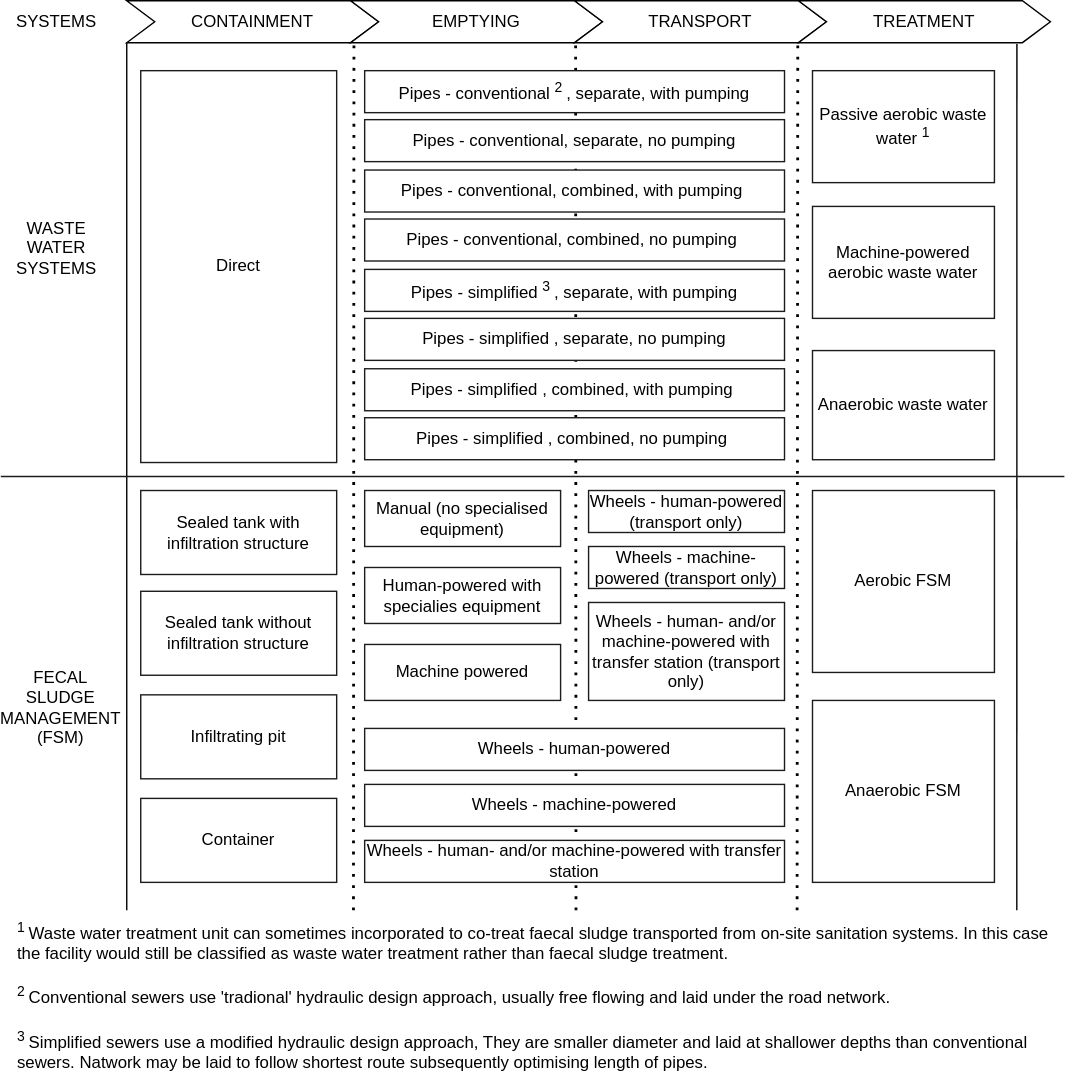
JinIgarashi/cactus-narok-figures keeps this draw.io diagram as FigureS-1 cactus-components.drawio.svg. Above is the earlier version. Source tidied: cells renumbered, new cells last; positions are measured from the earlier drawing's top-left corner, leaving out a move shared by most shapes. Source of this version:
```xml
<mxGraphModel background="#FFFFFF">
  <root>
    <mxCell id="0" />
    <mxCell id="1" parent="0" />
    <mxCell id="2" style="endArrow=none;dashed=1;html=1;dashPattern=1 3;strokeWidth=2;entryX=0.886;entryY=0.984;entryDx=0;entryDy=0;entryPerimeter=0;strokeColor=#000000;" parent="1" edge="1" target="7">
      <mxGeometry relative="1" as="geometry">
        <mxPoint x="569" y="650" as="sourcePoint" />
      </mxGeometry>
    </mxCell>
    <mxCell id="3" style="endArrow=none;dashed=1;html=1;dashPattern=1 3;strokeWidth=2;entryX=0.893;entryY=1.063;entryDx=0;entryDy=0;entryPerimeter=0;strokeColor=#000000;" parent="1" edge="1" target="6">
      <mxGeometry relative="1" as="geometry">
        <mxPoint x="411" y="650" as="sourcePoint" />
      </mxGeometry>
    </mxCell>
    <mxCell id="4" style="endArrow=none;dashed=1;html=1;dashPattern=1 3;strokeWidth=2;entryX=0.013;entryY=1.017;entryDx=0;entryDy=0;entryPerimeter=0;strokeColor=#000000;" parent="1" edge="1" target="6">
      <mxGeometry relative="1" as="geometry">
        <mxPoint x="252" y="650" as="sourcePoint" />
      </mxGeometry>
    </mxCell>
    <mxCell id="5" value="&lt;font color=&quot;#000000&quot;&gt;CONTAINMENT&lt;/font&gt;" style="shape=step;perimeter=stepPerimeter;whiteSpace=wrap;html=1;fixedSize=1;fillColor=#FFFFFF;strokeColor=#000000;" parent="1" vertex="1">
      <mxGeometry x="90" width="180" height="30" as="geometry" />
    </mxCell>
    <mxCell id="6" value="&lt;font color=&quot;#000000&quot;&gt;EMPTYING&lt;/font&gt;" style="shape=step;perimeter=stepPerimeter;whiteSpace=wrap;html=1;fixedSize=1;fillColor=#FFFFFF;strokeColor=#000000;" parent="1" vertex="1">
      <mxGeometry x="250" width="180" height="30" as="geometry" />
    </mxCell>
    <mxCell id="7" value="&lt;font color=&quot;#000000&quot;&gt;TRANSPORT&lt;/font&gt;" style="shape=step;perimeter=stepPerimeter;whiteSpace=wrap;html=1;fixedSize=1;fillColor=#FFFFFF;strokeColor=#000000;" parent="1" vertex="1">
      <mxGeometry x="410" width="180" height="30" as="geometry" />
    </mxCell>
    <mxCell id="8" value="&lt;font color=&quot;#000000&quot;&gt;TREATMENT&lt;/font&gt;" style="shape=step;perimeter=stepPerimeter;whiteSpace=wrap;html=1;fixedSize=1;fillColor=#FFFFFF;strokeColor=#000000;" parent="1" vertex="1">
      <mxGeometry x="570" width="180" height="30" as="geometry" />
    </mxCell>
    <mxCell id="9" style="endArrow=none;html=1;entryX=0.867;entryY=1.033;entryDx=0;entryDy=0;entryPerimeter=0;strokeColor=#000000;startArrow=none;" parent="1" edge="1" target="8">
      <mxGeometry relative="1" as="geometry">
        <mxPoint x="726" y="650" as="sourcePoint" />
      </mxGeometry>
    </mxCell>
    <mxCell id="10" style="endArrow=none;html=1;strokeColor=#000000;" parent="1" edge="1">
      <mxGeometry relative="1" as="geometry">
        <mxPoint x="90" y="650" as="sourcePoint" />
        <mxPoint x="90" y="30" as="targetPoint" />
      </mxGeometry>
    </mxCell>
    <mxCell id="11" value="&lt;font color=&quot;#000000&quot;&gt;WASTE&lt;br&gt;WATER&lt;br&gt;SYSTEMS&amp;nbsp;&lt;/font&gt;" style="text;html=1;strokeColor=none;fillColor=none;align=center;verticalAlign=middle;whiteSpace=wrap;rounded=0;" parent="1" vertex="1">
      <mxGeometry x="10" y="162" width="60" height="30" as="geometry" />
    </mxCell>
    <mxCell id="12" value="&lt;font color=&quot;#000000&quot;&gt;FECAL&lt;br&gt;SLUDGE&lt;br&gt;MANAGEMENT&lt;br&gt;(FSM)&lt;/font&gt;" style="text;html=1;strokeColor=none;fillColor=none;align=center;verticalAlign=middle;whiteSpace=wrap;rounded=0;" parent="1" vertex="1">
      <mxGeometry x="13" y="490" width="60" height="30" as="geometry" />
    </mxCell>
    <mxCell id="13" value="&lt;font color=&quot;#000000&quot;&gt;SYSTEMS&lt;/font&gt;" style="text;html=1;strokeColor=none;fillColor=none;align=center;verticalAlign=middle;whiteSpace=wrap;rounded=0;" parent="1" vertex="1">
      <mxGeometry x="10" width="60" height="30" as="geometry" />
    </mxCell>
    <mxCell id="14" value="&lt;font color=&quot;#000000&quot;&gt;Direct&lt;/font&gt;" style="rounded=0;whiteSpace=wrap;html=1;fillColor=#FFFFFF;strokeColor=#1c1c1c;" parent="1" vertex="1">
      <mxGeometry x="100" y="50" width="140" height="280" as="geometry" />
    </mxCell>
    <mxCell id="15" value="&lt;font color=&quot;#000000&quot;&gt;Pipes - conventional&amp;nbsp;&lt;sup&gt;2&lt;/sup&gt;, separate, with pumping&lt;/font&gt;" style="rounded=0;whiteSpace=wrap;html=1;fillColor=#FFFFFF;strokeColor=#1c1c1c;" parent="1" vertex="1">
      <mxGeometry x="260" y="50" width="300" height="30" as="geometry" />
    </mxCell>
    <mxCell id="16" value="&lt;font color=&quot;#000000&quot;&gt;Pipes - conventional, separate, no pumping&lt;/font&gt;" style="rounded=0;whiteSpace=wrap;html=1;fillColor=#FFFFFF;strokeColor=#1c1c1c;" parent="1" vertex="1">
      <mxGeometry x="260" y="85" width="300" height="30" as="geometry" />
    </mxCell>
    <mxCell id="17" value="&lt;font color=&quot;#000000&quot;&gt;Pipes - conventional, combined, with pumping&lt;/font&gt;&lt;span style=&quot;color: rgba(0, 0, 0, 0); font-family: monospace; font-size: 0px; text-align: start;&quot;&gt;%3CmxGraphModel%3E%3Croot%3E%3CmxCell%20id%3D%220%22%2F%3E%3CmxCell%20id%3D%221%22%20parent%3D%220%22%2F%3E%3CmxCell%20id%3D%222%22%20value%3D%22%26lt%3Bfont%20color%3D%26quot%3B%23000000%26quot%3B%26gt%3BPipes%20-%20conventional%2C%20separate%2C%20no%20pumping%26lt%3B%2Ffont%26gt%3B%22%20style%3D%22rounded%3D0%3BwhiteSpace%3Dwrap%3Bhtml%3D1%3BfillColor%3D%23FFFFFF%3BstrokeColor%3D%231c1c1c%3B%22%20vertex%3D%221%22%20parent%3D%221%22%3E%3CmxGeometry%20x%3D%22350%22%20y%3D%22205%22%20width%3D%22240%22%20height%3D%2230%22%20as%3D%22geometry%22%2F%3E%3C%2FmxCell%3E%3C%2Froot%3E%3C%2FmxGraphModel%3E&lt;/span&gt;" style="rounded=0;whiteSpace=wrap;html=1;fillColor=#FFFFFF;strokeColor=#1c1c1c;" parent="1" vertex="1">
      <mxGeometry x="260" y="121" width="300" height="30" as="geometry" />
    </mxCell>
    <mxCell id="18" value="&lt;font color=&quot;#000000&quot;&gt;Pipes - conventional, combined, no pumping&lt;/font&gt;&lt;span style=&quot;color: rgba(0, 0, 0, 0); font-family: monospace; font-size: 0px; text-align: start;&quot;&gt;%3CmxGraphModel%3E%3Croot%3E%3CmxCell%20id%3D%220%22%2F%3E%3CmxCell%20id%3D%221%22%20parent%3D%220%22%2F%3E%3CmxCell%20id%3D%222%22%20value%3D%22%26lt%3Bfont%20color%3D%26quot%3B%23000000%26quot%3B%26gt%3BPipes%20-%20conventional%2C%20separate%2C%20no%20pumping%26lt%3B%2Ffont%26gt%3B%22%20style%3D%22rounded%3D0%3BwhiteSpace%3Dwrap%3Bhtml%3D1%3BfillColor%3D%23FFFFFF%3BstrokeColor%3D%231c1c1c%3B%22%20vertex%3D%221%22%20parent%3D%221%22%3E%3CmxGeometry%20x%3D%22350%22%20y%3D%22205%22%20width%3D%22240%22%20height%3D%2230%22%20as%3D%22geometry%22%2F%3E%3C%2FmxCell%3E%3C%2Froot%3E%3C%2FmxGraphModel%3E&lt;/span&gt;" style="rounded=0;whiteSpace=wrap;html=1;fillColor=#FFFFFF;strokeColor=#1c1c1c;" parent="1" vertex="1">
      <mxGeometry x="260" y="156" width="300" height="30" as="geometry" />
    </mxCell>
    <mxCell id="19" value="&lt;font color=&quot;#000000&quot;&gt;Pipes - simplified &lt;sup&gt;3&lt;/sup&gt;, separate, with pumping&lt;/font&gt;" style="rounded=0;whiteSpace=wrap;html=1;fillColor=#FFFFFF;strokeColor=#1c1c1c;" parent="1" vertex="1">
      <mxGeometry x="260" y="192" width="300" height="30" as="geometry" />
    </mxCell>
    <mxCell id="20" value="&lt;font color=&quot;#000000&quot;&gt;Pipes -&amp;nbsp;&lt;/font&gt;&lt;span style=&quot;color: rgb(0, 0, 0);&quot;&gt;simplified&lt;/span&gt;&lt;font color=&quot;#000000&quot;&gt;, separate, no pumping&lt;/font&gt;" style="rounded=0;whiteSpace=wrap;html=1;fillColor=#FFFFFF;strokeColor=#1c1c1c;" parent="1" vertex="1">
      <mxGeometry x="260" y="227" width="300" height="30" as="geometry" />
    </mxCell>
    <mxCell id="21" value="&lt;font color=&quot;#000000&quot;&gt;Pipes -&amp;nbsp;&lt;/font&gt;&lt;span style=&quot;color: rgb(0, 0, 0);&quot;&gt;simplified&lt;/span&gt;&lt;font color=&quot;#000000&quot;&gt;, combined, with pumping&lt;/font&gt;&lt;span style=&quot;color: rgba(0, 0, 0, 0); font-family: monospace; font-size: 0px; text-align: start;&quot;&gt;%3CmxGraphModel%3E%3Croot%3E%3CmxCell%20id%3D%220%22%2F%3E%3CmxCell%20id%3D%221%22%20parent%3D%220%22%2F%3E%3CmxCell%20id%3D%222%22%20value%3D%22%26lt%3Bfont%20color%3D%26quot%3B%23000000%26quot%3B%26gt%3BPipes%20-%20conventional%2C%20separate%2C%20no%20pumping%26lt%3B%2Ffont%26gt%3B%22%20style%3D%22rounded%3D0%3BwhiteSpace%3Dwrap%3Bhtml%3D1%3BfillColor%3D%23FFFFFF%3BstrokeColor%3D%231c1c1c%3B%22%20vertex%3D%221%22%20parent%3D%221%22%3E%3CmxGeometry%20x%3D%22350%22%20y%3D%22205%22%20width%3D%22240%22%20height%3D%2230%22%20as%3D%22geometry%22%2F%3E%3C%2FmxCell%3E%3C%2Froot%3E%3C%2FmxGraphModel%3E&lt;/span&gt;" style="rounded=0;whiteSpace=wrap;html=1;fillColor=#FFFFFF;strokeColor=#1c1c1c;" parent="1" vertex="1">
      <mxGeometry x="260" y="263" width="300" height="30" as="geometry" />
    </mxCell>
    <mxCell id="22" value="&lt;font color=&quot;#000000&quot;&gt;Pipes -&amp;nbsp;&lt;/font&gt;&lt;span style=&quot;color: rgb(0, 0, 0);&quot;&gt;simplified&lt;/span&gt;&lt;font color=&quot;#000000&quot;&gt;, combined, no pumping&lt;/font&gt;&lt;span style=&quot;color: rgba(0, 0, 0, 0); font-family: monospace; font-size: 0px; text-align: start;&quot;&gt;%3CmxGraphModel%3E%3Croot%3E%3CmxCell%20id%3D%220%22%2F%3E%3CmxCell%20id%3D%221%22%20parent%3D%220%22%2F%3E%3CmxCell%20id%3D%222%22%20value%3D%22%26lt%3Bfont%20color%3D%26quot%3B%23000000%26quot%3B%26gt%3BPipes%20-%20conventional%2C%20separate%2C%20no%20pumping%26lt%3B%2Ffont%26gt%3B%22%20style%3D%22rounded%3D0%3BwhiteSpace%3Dwrap%3Bhtml%3D1%3BfillColor%3D%23FFFFFF%3BstrokeColor%3D%231c1c1c%3B%22%20vertex%3D%221%22%20parent%3D%221%22%3E%3CmxGeometry%20x%3D%22350%22%20y%3D%22205%22%20width%3D%22240%22%20height%3D%2230%22%20as%3D%22geometry%22%2F%3E%3C%2FmxCell%3E%3C%2Froot%3E%3C%2FmxGraphModel%3E&lt;/span&gt;" style="rounded=0;whiteSpace=wrap;html=1;fillColor=#FFFFFF;strokeColor=#1c1c1c;" parent="1" vertex="1">
      <mxGeometry x="260" y="298" width="300" height="30" as="geometry" />
    </mxCell>
    <mxCell id="23" value="&lt;font color=&quot;#000000&quot;&gt;Passive aerobic waste water &lt;sup&gt;1&lt;/sup&gt;&lt;/font&gt;" style="rounded=0;whiteSpace=wrap;html=1;fillColor=#FFFFFF;strokeColor=#1c1c1c;" parent="1" vertex="1">
      <mxGeometry x="580" y="50" width="130" height="80" as="geometry" />
    </mxCell>
    <mxCell id="24" value="&lt;font color=&quot;#000000&quot;&gt;Machine-powered aerobic waste water&lt;/font&gt;" style="rounded=0;whiteSpace=wrap;html=1;fillColor=#FFFFFF;strokeColor=#1c1c1c;" parent="1" vertex="1">
      <mxGeometry x="580" y="147" width="130" height="80" as="geometry" />
    </mxCell>
    <mxCell id="25" value="&lt;font color=&quot;#000000&quot;&gt;Anaerobic waste water&lt;/font&gt;" style="rounded=0;whiteSpace=wrap;html=1;fillColor=#FFFFFF;strokeColor=#1c1c1c;" parent="1" vertex="1">
      <mxGeometry x="580" y="250" width="130" height="78" as="geometry" />
    </mxCell>
    <mxCell id="26" style="endArrow=none;html=1;strokeColor=#1c1c1c;" parent="1" edge="1">
      <mxGeometry relative="1" as="geometry">
        <mxPoint y="340" as="sourcePoint" />
        <mxPoint x="760" y="340" as="targetPoint" />
      </mxGeometry>
    </mxCell>
    <mxCell id="27" value="&lt;font color=&quot;#000000&quot;&gt;Sealed tank with infiltration structure&lt;/font&gt;" style="rounded=0;whiteSpace=wrap;html=1;fillColor=#FFFFFF;strokeColor=#1c1c1c;" parent="1" vertex="1">
      <mxGeometry x="100" y="350" width="140" height="60" as="geometry" />
    </mxCell>
    <mxCell id="28" value="&lt;font color=&quot;#000000&quot;&gt;Sealed tank without infiltration structure&lt;/font&gt;" style="rounded=0;whiteSpace=wrap;html=1;fillColor=#FFFFFF;strokeColor=#1c1c1c;" parent="1" vertex="1">
      <mxGeometry x="100" y="422" width="140" height="60" as="geometry" />
    </mxCell>
    <mxCell id="29" value="&lt;font color=&quot;#000000&quot;&gt;Infiltrating pit&lt;/font&gt;" style="rounded=0;whiteSpace=wrap;html=1;fillColor=#FFFFFF;strokeColor=#1c1c1c;" parent="1" vertex="1">
      <mxGeometry x="100" y="496" width="140" height="60" as="geometry" />
    </mxCell>
    <mxCell id="30" value="&lt;font color=&quot;#000000&quot;&gt;Container&lt;/font&gt;" style="rounded=0;whiteSpace=wrap;html=1;fillColor=#FFFFFF;strokeColor=#1c1c1c;" parent="1" vertex="1">
      <mxGeometry x="100" y="570" width="140" height="60" as="geometry" />
    </mxCell>
    <mxCell id="31" value="&lt;font color=&quot;#000000&quot;&gt;Manual (no specialised equipment)&lt;/font&gt;" style="rounded=0;whiteSpace=wrap;html=1;fillColor=#FFFFFF;strokeColor=#1c1c1c;" parent="1" vertex="1">
      <mxGeometry x="260" y="350" width="140" height="40" as="geometry" />
    </mxCell>
    <mxCell id="32" value="&lt;font color=&quot;#000000&quot;&gt;Human-powered with specialies equipment&lt;/font&gt;" style="rounded=0;whiteSpace=wrap;html=1;fillColor=#FFFFFF;strokeColor=#1c1c1c;" parent="1" vertex="1">
      <mxGeometry x="260" y="405" width="140" height="40" as="geometry" />
    </mxCell>
    <mxCell id="33" value="&lt;font color=&quot;#000000&quot;&gt;Machine powered&lt;/font&gt;" style="rounded=0;whiteSpace=wrap;html=1;fillColor=#FFFFFF;strokeColor=#1c1c1c;" parent="1" vertex="1">
      <mxGeometry x="260" y="460" width="140" height="40" as="geometry" />
    </mxCell>
    <mxCell id="34" value="&lt;font color=&quot;#000000&quot;&gt;Wheels - human-powered (transport only)&lt;/font&gt;" style="rounded=0;whiteSpace=wrap;html=1;fillColor=#FFFFFF;strokeColor=#1c1c1c;" parent="1" vertex="1">
      <mxGeometry x="420" y="350" width="140" height="30" as="geometry" />
    </mxCell>
    <mxCell id="35" value="&lt;font color=&quot;#000000&quot;&gt;Wheels - machine-powered (transport only)&lt;/font&gt;" style="rounded=0;whiteSpace=wrap;html=1;fillColor=#FFFFFF;strokeColor=#1c1c1c;" parent="1" vertex="1">
      <mxGeometry x="420" y="390" width="140" height="30" as="geometry" />
    </mxCell>
    <mxCell id="36" value="&lt;font color=&quot;#000000&quot;&gt;Wheels - human- and/or machine-powered with transfer station (transport only)&lt;/font&gt;" style="rounded=0;whiteSpace=wrap;html=1;fillColor=#FFFFFF;strokeColor=#1c1c1c;" parent="1" vertex="1">
      <mxGeometry x="420" y="430" width="140" height="70" as="geometry" />
    </mxCell>
    <mxCell id="37" value="&lt;font color=&quot;#000000&quot;&gt;Wheels - human-powered&lt;/font&gt;" style="rounded=0;whiteSpace=wrap;html=1;fillColor=#FFFFFF;strokeColor=#1c1c1c;" parent="1" vertex="1">
      <mxGeometry x="260" y="520" width="300" height="30" as="geometry" />
    </mxCell>
    <mxCell id="38" value="&lt;font color=&quot;#000000&quot;&gt;Wheels - machine-powered&lt;/font&gt;" style="rounded=0;whiteSpace=wrap;html=1;fillColor=#FFFFFF;strokeColor=#1c1c1c;" parent="1" vertex="1">
      <mxGeometry x="260" y="560" width="300" height="30" as="geometry" />
    </mxCell>
    <mxCell id="39" value="&lt;font color=&quot;#000000&quot;&gt;Wheels - human- and/or machine-powered with transfer station&lt;/font&gt;" style="rounded=0;whiteSpace=wrap;html=1;fillColor=#FFFFFF;strokeColor=#1c1c1c;" parent="1" vertex="1">
      <mxGeometry x="260" y="600" width="300" height="30" as="geometry" />
    </mxCell>
    <mxCell id="40" value="&lt;font color=&quot;#000000&quot;&gt;Aerobic FSM&lt;/font&gt;" style="rounded=0;whiteSpace=wrap;html=1;fillColor=#FFFFFF;strokeColor=#1c1c1c;" parent="1" vertex="1">
      <mxGeometry x="580" y="350" width="130" height="130" as="geometry" />
    </mxCell>
    <mxCell id="41" value="&lt;font color=&quot;#000000&quot;&gt;Anaerobic FSM&lt;/font&gt;" style="rounded=0;whiteSpace=wrap;html=1;fillColor=#FFFFFF;strokeColor=#1c1c1c;" parent="1" vertex="1">
      <mxGeometry x="580" y="500" width="130" height="130" as="geometry" />
    </mxCell>
    <mxCell id="42" value="&lt;font color=&quot;#000000&quot;&gt;&lt;sup&gt;1&lt;/sup&gt; Waste water treatment unit can sometimes incorporated to co-treat faecal sludge transported from on-site sanitation systems. In this case the facility would still be classified as waste water treatment rather than faecal sludge treatment.&lt;br&gt;&lt;br&gt;&lt;sup&gt;2&lt;/sup&gt; Conventional sewers use 'tradional' hydraulic design approach, usually free flowing and laid under the road network.&lt;br&gt;&lt;br&gt;&lt;sup&gt;3&lt;/sup&gt; Simplified sewers use a modified hydraulic design approach, They are smaller diameter and laid at shallower depths than conventional sewers. Natwork may be laid to follow shortest route subsequently optimising length of pipes.&lt;br&gt;&lt;/font&gt;" style="text;html=1;strokeColor=none;fillColor=none;align=left;verticalAlign=top;whiteSpace=wrap;rounded=0;" parent="1" vertex="1">
      <mxGeometry x="10" y="650" width="740" height="120" as="geometry" />
    </mxCell>
  </root>
</mxGraphModel>
```
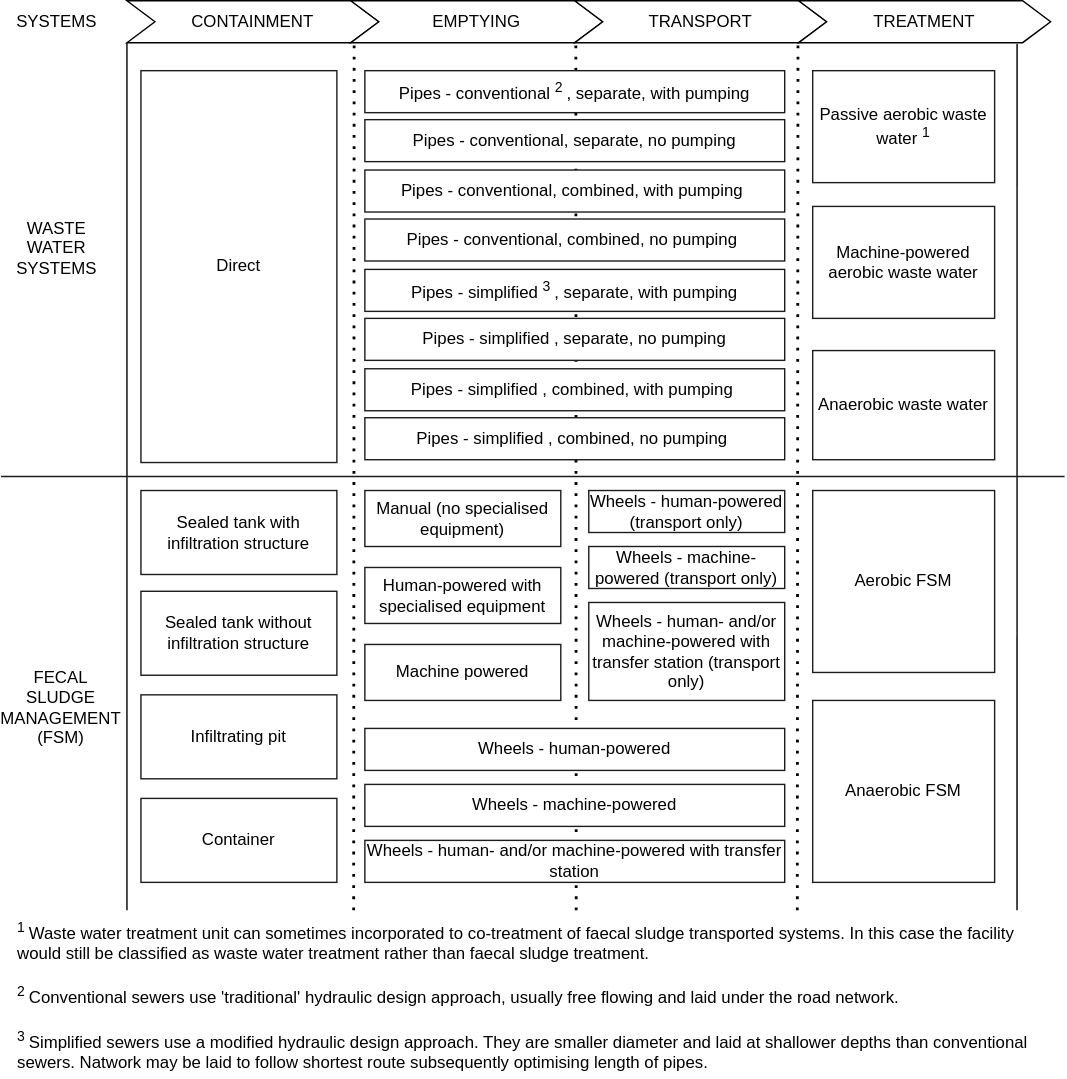
The same diagram one commit later.

Diff of the diagram source:
```diff
@@ -106,7 +106,7 @@
     <mxCell id="31" value="&lt;font color=&quot;#000000&quot;&gt;Manual (no specialised equipment)&lt;/font&gt;" style="rounded=0;whiteSpace=wrap;html=1;fillColor=#FFFFFF;strokeColor=#1c1c1c;" parent="1" vertex="1">
       <mxGeometry x="260" y="350" width="140" height="40" as="geometry" />
     </mxCell>
-    <mxCell id="32" value="&lt;font color=&quot;#000000&quot;&gt;Human-powered with specialies equipment&lt;/font&gt;" style="rounded=0;whiteSpace=wrap;html=1;fillColor=#FFFFFF;strokeColor=#1c1c1c;" parent="1" vertex="1">
+    <mxCell id="32" value="&lt;font color=&quot;#000000&quot;&gt;Human-powered with specialised equipment&lt;/font&gt;" style="rounded=0;whiteSpace=wrap;html=1;fillColor=#FFFFFF;strokeColor=#1c1c1c;" parent="1" vertex="1">
       <mxGeometry x="260" y="405" width="140" height="40" as="geometry" />
     </mxCell>
     <mxCell id="33" value="&lt;font color=&quot;#000000&quot;&gt;Machine powered&lt;/font&gt;" style="rounded=0;whiteSpace=wrap;html=1;fillColor=#FFFFFF;strokeColor=#1c1c1c;" parent="1" vertex="1">
@@ -136,7 +136,7 @@
     <mxCell id="41" value="&lt;font color=&quot;#000000&quot;&gt;Anaerobic FSM&lt;/font&gt;" style="rounded=0;whiteSpace=wrap;html=1;fillColor=#FFFFFF;strokeColor=#1c1c1c;" parent="1" vertex="1">
       <mxGeometry x="580" y="500" width="130" height="130" as="geometry" />
     </mxCell>
-    <mxCell id="42" value="&lt;font color=&quot;#000000&quot;&gt;&lt;sup&gt;1&lt;/sup&gt; Waste water treatment unit can sometimes incorporated to co-treat faecal sludge transported from on-site sanitation systems. In this case the facility would still be classified as waste water treatment rather than faecal sludge treatment.&lt;br&gt;&lt;br&gt;&lt;sup&gt;2&lt;/sup&gt; Conventional sewers use 'tradional' hydraulic design approach, usually free flowing and laid under the road network.&lt;br&gt;&lt;br&gt;&lt;sup&gt;3&lt;/sup&gt; Simplified sewers use a modified hydraulic design approach, They are smaller diameter and laid at shallower depths than conventional sewers. Natwork may be laid to follow shortest route subsequently optimising length of pipes.&lt;br&gt;&lt;/font&gt;" style="text;html=1;strokeColor=none;fillColor=none;align=left;verticalAlign=top;whiteSpace=wrap;rounded=0;" parent="1" vertex="1">
+    <mxCell id="42" value="&lt;font color=&quot;#000000&quot;&gt;&lt;sup&gt;1&lt;/sup&gt; Waste water treatment unit can sometimes incorporated to co-treatment of faecal sludge transported systems. In this case the facility would still be classified as waste water treatment rather than faecal sludge treatment.&lt;br&gt;&lt;br&gt;&lt;sup&gt;2&lt;/sup&gt; Conventional sewers use 'traditional' hydraulic design approach, usually free flowing and laid under the road network.&lt;br&gt;&lt;br&gt;&lt;sup&gt;3&lt;/sup&gt; Simplified sewers use a modified hydraulic design approach. They are smaller diameter and laid at shallower depths than conventional sewers. Natwork may be laid to follow shortest route subsequently optimising length of pipes.&lt;br&gt;&lt;/font&gt;" style="text;html=1;strokeColor=none;fillColor=none;align=left;verticalAlign=top;whiteSpace=wrap;rounded=0;" parent="1" vertex="1">
       <mxGeometry x="10" y="650" width="740" height="120" as="geometry" />
     </mxCell>
   </root>
```
